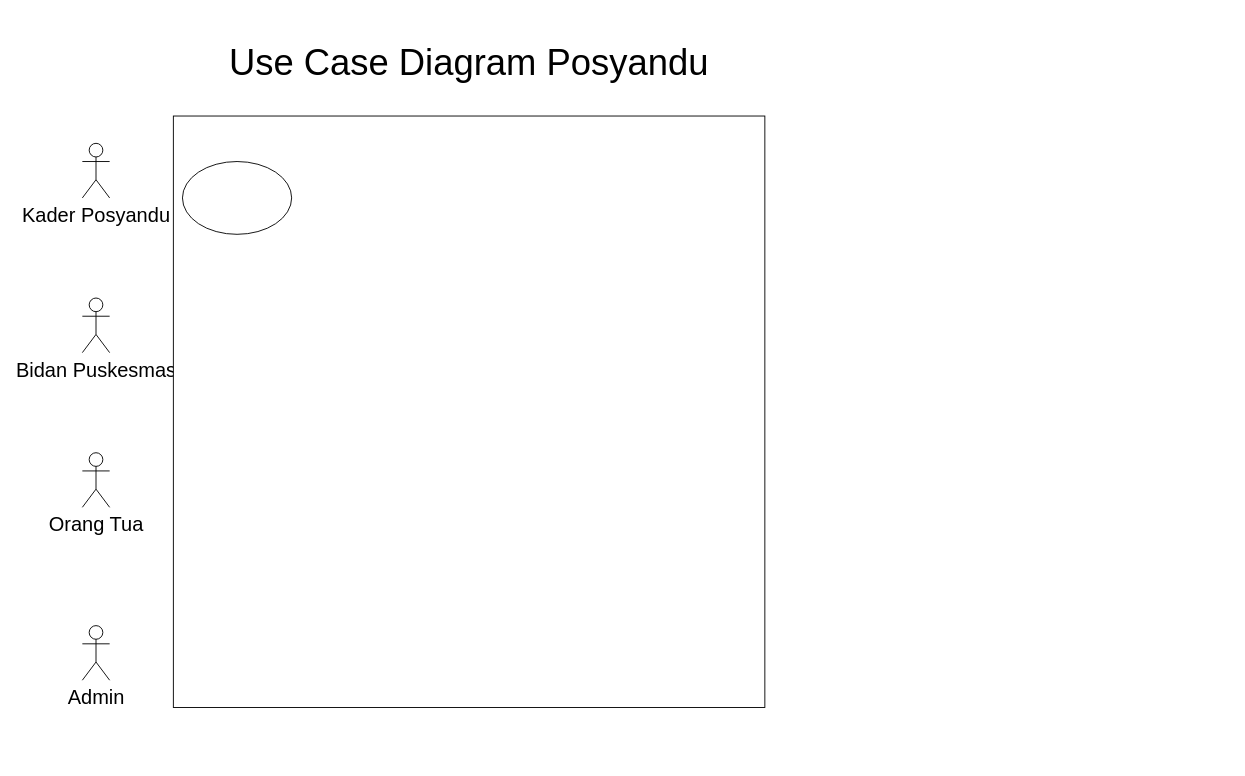
This is Untitled Diagram.drawio from fatkhulyakaria/Muhamad-Fatkhul-Yakaria_Kelompok-12, a draw.io file, before an edit. Source tidied: cells renumbered, new cells numbered last; positions are measured from the earlier drawing's top-left corner, leaving out a move shared by most shapes. Both pictures are drawn from the tidied source at 91%, with x=0, y=0 at pixel (82, 15).
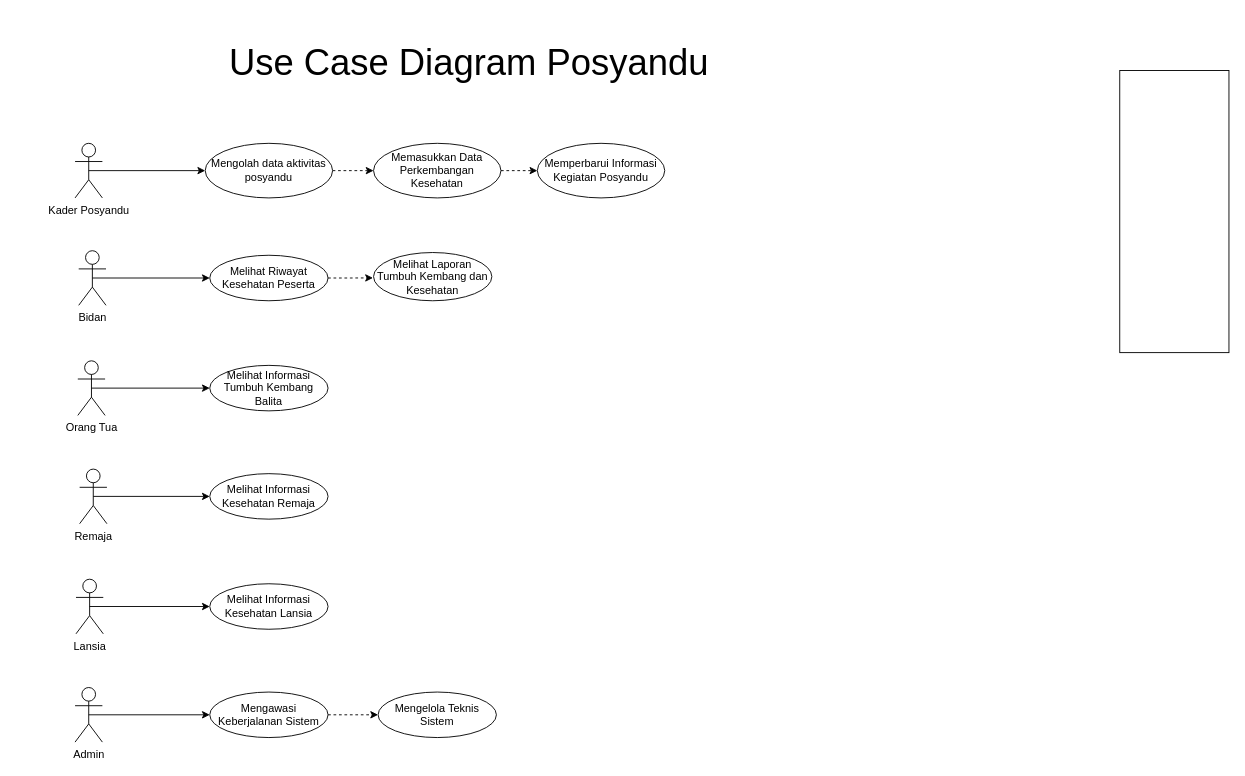
The same page after the edit.

The edit, as a diff of the source:
```diff
@@
+    <mxCell id="9" style="edgeStyle=orthogonalEdgeStyle;rounded=0;jettySize=auto;html=1;exitX=0.5;exitY=0.5;exitDx=0;exitDy=0;exitPerimeter=0;entryX=0;entryY=0.5;entryDx=0;entryDy=0;" parent="1" edge="1" source="2" target="8">
+      <mxGeometry relative="1" as="geometry" />
+    </mxCell>
-    <mxCell id="2" value="&lt;font style=&quot;font-size: 22px;&quot;&gt;Kader Posyandu&lt;/font&gt;" style="shape=umlActor;verticalLabelPosition=bottom;verticalAlign=top;html=1;outlineConnect=0;" parent="1" vertex="1">
-      <mxGeometry y="140" width="30" height="60" as="geometry" />
+    <mxCell id="2" value="&lt;font style=&quot;font-size: 12px;&quot;&gt;Kader Posyandu&lt;/font&gt;" style="shape=umlActor;verticalLabelPosition=bottom;verticalAlign=top;html=1;outlineConnect=0;" parent="1" vertex="1">
+      <mxGeometry x="-8" y="140" width="30" height="60" as="geometry" />
     </mxCell>
+    <mxCell id="10" style="edgeStyle=orthogonalEdgeStyle;rounded=0;jettySize=auto;html=1;exitX=0.5;exitY=0.5;exitDx=0;exitDy=0;exitPerimeter=0;" parent="1" edge="1" source="3" target="18">
+      <mxGeometry relative="1" as="geometry" />
+    </mxCell>
-    <mxCell id="3" value="&lt;font style=&quot;font-size: 22px;&quot;&gt;Bidan Puskesmas&lt;/font&gt;" style="shape=umlActor;verticalLabelPosition=bottom;verticalAlign=top;html=1;outlineConnect=0;" parent="1" vertex="1">
-      <mxGeometry y="310" width="30" height="60" as="geometry" />
+    <mxCell id="3" value="&lt;font style=&quot;font-size: 12px;&quot;&gt;Bidan&lt;/font&gt;" style="shape=umlActor;verticalLabelPosition=bottom;verticalAlign=top;html=1;outlineConnect=0;" parent="1" vertex="1">
+      <mxGeometry x="-4" y="258" width="30" height="60" as="geometry" />
     </mxCell>
+    <mxCell id="11" style="edgeStyle=orthogonalEdgeStyle;rounded=0;jettySize=auto;html=1;exitX=0.5;exitY=0.5;exitDx=0;exitDy=0;exitPerimeter=0;entryX=0;entryY=0.5;entryDx=0;entryDy=0;" parent="1" edge="1" source="4" target="19">
+      <mxGeometry relative="1" as="geometry" />
+    </mxCell>
-    <mxCell id="4" value="&lt;font style=&quot;font-size: 22px;&quot;&gt;Orang Tua&lt;/font&gt;" style="shape=umlActor;verticalLabelPosition=bottom;verticalAlign=top;html=1;outlineConnect=0;" parent="1" vertex="1">
-      <mxGeometry y="480" width="30" height="60" as="geometry" />
+    <mxCell id="4" value="&lt;font style=&quot;font-size: 12px;&quot;&gt;Orang Tua&lt;/font&gt;" style="shape=umlActor;verticalLabelPosition=bottom;verticalAlign=top;html=1;outlineConnect=0;" parent="1" vertex="1">
+      <mxGeometry x="-5" y="379" width="30" height="60" as="geometry" />
     </mxCell>
+    <mxCell id="12" style="edgeStyle=orthogonalEdgeStyle;rounded=0;jettySize=auto;html=1;exitX=0.5;exitY=0.5;exitDx=0;exitDy=0;exitPerimeter=0;entryX=0;entryY=0.5;entryDx=0;entryDy=0;" parent="1" edge="1" source="5" target="23">
+      <mxGeometry relative="1" as="geometry" />
+    </mxCell>
-    <mxCell id="5" value="&lt;font style=&quot;font-size: 22px;&quot;&gt;Admin&lt;/font&gt;" style="shape=umlActor;verticalLabelPosition=bottom;verticalAlign=top;html=1;outlineConnect=0;" parent="1" vertex="1">
-      <mxGeometry y="670" width="30" height="60" as="geometry" />
+    <mxCell id="5" value="&lt;font style=&quot;font-size: 12px;&quot;&gt;Admin&lt;/font&gt;" style="shape=umlActor;verticalLabelPosition=bottom;verticalAlign=top;html=1;outlineConnect=0;" parent="1" vertex="1">
+      <mxGeometry x="-8" y="738" width="30" height="60" as="geometry" />
     </mxCell>
-    <mxCell id="6" style="whiteSpace=wrap;html=1;" parent="1" vertex="1">
-      <mxGeometry x="100" y="110" width="650" height="650" as="geometry" />
-    </mxCell>
@@
+    <mxCell id="13" style="edgeStyle=orthogonalEdgeStyle;rounded=0;jettySize=auto;html=1;exitX=1;exitY=0.5;exitDx=0;exitDy=0;entryX=0;entryY=0.5;entryDx=0;entryDy=0;dashed=1;" parent="1" edge="1" source="8" target="26">
+      <mxGeometry relative="1" as="geometry" />
+    </mxCell>
-    <mxCell id="8" style="ellipse;whiteSpace=wrap;html=1;" parent="1" vertex="1">
-      <mxGeometry x="110" y="160" width="120" height="80" as="geometry" />
+    <mxCell id="8" value="Mengolah data aktivitas posyandu" style="ellipse;whiteSpace=wrap;html=1;" parent="1" vertex="1">
+      <mxGeometry x="135" y="140" width="140" height="60" as="geometry" />
     </mxCell>
+    <mxCell id="14" style="edgeStyle=orthogonalEdgeStyle;rounded=0;jettySize=auto;html=1;exitX=0.5;exitY=0.5;exitDx=0;exitDy=0;exitPerimeter=0;entryX=0;entryY=0.5;entryDx=0;entryDy=0;" parent="1" edge="1" source="15" target="20">
+      <mxGeometry relative="1" as="geometry" />
+    </mxCell>
+    <mxCell id="15" value="&lt;font style=&quot;font-size: 12px;&quot;&gt;Remaja&lt;/font&gt;" style="shape=umlActor;verticalLabelPosition=bottom;verticalAlign=top;html=1;outlineConnect=0;" parent="1" vertex="1">
+      <mxGeometry x="-3" y="498" width="30" height="60" as="geometry" />
+    </mxCell>
+    <mxCell id="16" style="edgeStyle=orthogonalEdgeStyle;rounded=0;jettySize=auto;html=1;exitX=0.5;exitY=0.5;exitDx=0;exitDy=0;exitPerimeter=0;entryX=0;entryY=0.5;entryDx=0;entryDy=0;" parent="1" edge="1" source="17" target="21">
+      <mxGeometry relative="1" as="geometry" />
+    </mxCell>
+    <mxCell id="17" value="&lt;font style=&quot;font-size: 12px;&quot;&gt;Lansia&lt;/font&gt;" style="shape=umlActor;verticalLabelPosition=bottom;verticalAlign=top;html=1;outlineConnect=0;" parent="1" vertex="1">
+      <mxGeometry x="-7" y="619" width="30" height="60" as="geometry" />
+    </mxCell>
+    <mxCell id="18" value="Melihat Riwayat Kesehatan Peserta" style="ellipse;whiteSpace=wrap;html=1;" parent="1" vertex="1">
+      <mxGeometry x="140" y="263" width="130" height="50" as="geometry" />
+    </mxCell>
+    <mxCell id="19" value="Melihat Informasi Tumbuh Kembang Balita" style="ellipse;whiteSpace=wrap;html=1;" parent="1" vertex="1">
+      <mxGeometry x="140" y="384" width="130" height="50" as="geometry" />
+    </mxCell>
+    <mxCell id="20" value="Melihat Informasi Kesehatan Remaja" style="ellipse;whiteSpace=wrap;html=1;" parent="1" vertex="1">
+      <mxGeometry x="140" y="503" width="130" height="50" as="geometry" />
+    </mxCell>
+    <mxCell id="21" value="Melihat Informasi Kesehatan Lansia" style="ellipse;whiteSpace=wrap;html=1;" parent="1" vertex="1">
+      <mxGeometry x="140" y="624" width="130" height="50" as="geometry" />
+    </mxCell>
+    <mxCell id="22" style="edgeStyle=orthogonalEdgeStyle;rounded=0;jettySize=auto;html=1;exitX=1;exitY=0.5;exitDx=0;exitDy=0;entryX=0;entryY=0.5;entryDx=0;entryDy=0;dashed=1;" parent="1" edge="1" source="23" target="29">
+      <mxGeometry relative="1" as="geometry" />
+    </mxCell>
+    <mxCell id="23" value="Mengawasi Keberjalanan Sistem" style="ellipse;whiteSpace=wrap;html=1;" parent="1" vertex="1">
+      <mxGeometry x="140" y="743" width="130" height="50" as="geometry" />
+    </mxCell>
+    <mxCell id="24" style="rounded=0;whiteSpace=wrap;html=1;" parent="1" vertex="1">
+      <mxGeometry x="1140" y="60" width="120" height="310" as="geometry" />
+    </mxCell>
+    <mxCell id="25" style="edgeStyle=orthogonalEdgeStyle;rounded=0;jettySize=auto;html=1;exitX=1;exitY=0.5;exitDx=0;exitDy=0;entryX=0;entryY=0.5;entryDx=0;entryDy=0;dashed=1;" parent="1" edge="1" source="26" target="27">
+      <mxGeometry relative="1" as="geometry" />
+    </mxCell>
+    <mxCell id="26" value="Memasukkan Data Perkembangan Kesehatan" style="ellipse;whiteSpace=wrap;html=1;" parent="1" vertex="1">
+      <mxGeometry x="320" y="140" width="140" height="60" as="geometry" />
+    </mxCell>
+    <mxCell id="27" value="Memperbarui Informasi Kegiatan Posyandu" style="ellipse;whiteSpace=wrap;html=1;" parent="1" vertex="1">
+      <mxGeometry x="500" y="140" width="140" height="60" as="geometry" />
+    </mxCell>
+    <mxCell id="28" value="Melihat Laporan Tumbuh Kembang dan Kesehatan" style="ellipse;whiteSpace=wrap;html=1;" parent="1" vertex="1">
+      <mxGeometry x="320" y="260" width="130" height="53" as="geometry" />
+    </mxCell>
+    <mxCell id="29" value="Mengelola Teknis Sistem" style="ellipse;whiteSpace=wrap;html=1;" parent="1" vertex="1">
+      <mxGeometry x="325" y="743" width="130" height="50" as="geometry" />
+    </mxCell>
+    <mxCell id="30" style="edgeStyle=orthogonalEdgeStyle;rounded=0;jettySize=auto;html=1;exitX=1;exitY=0.5;exitDx=0;exitDy=0;entryX=-0.005;entryY=0.526;entryDx=0;entryDy=0;entryPerimeter=0;dashed=1;" parent="1" edge="1" source="18" target="28">
+      <mxGeometry relative="1" as="geometry" />
+    </mxCell>
```
